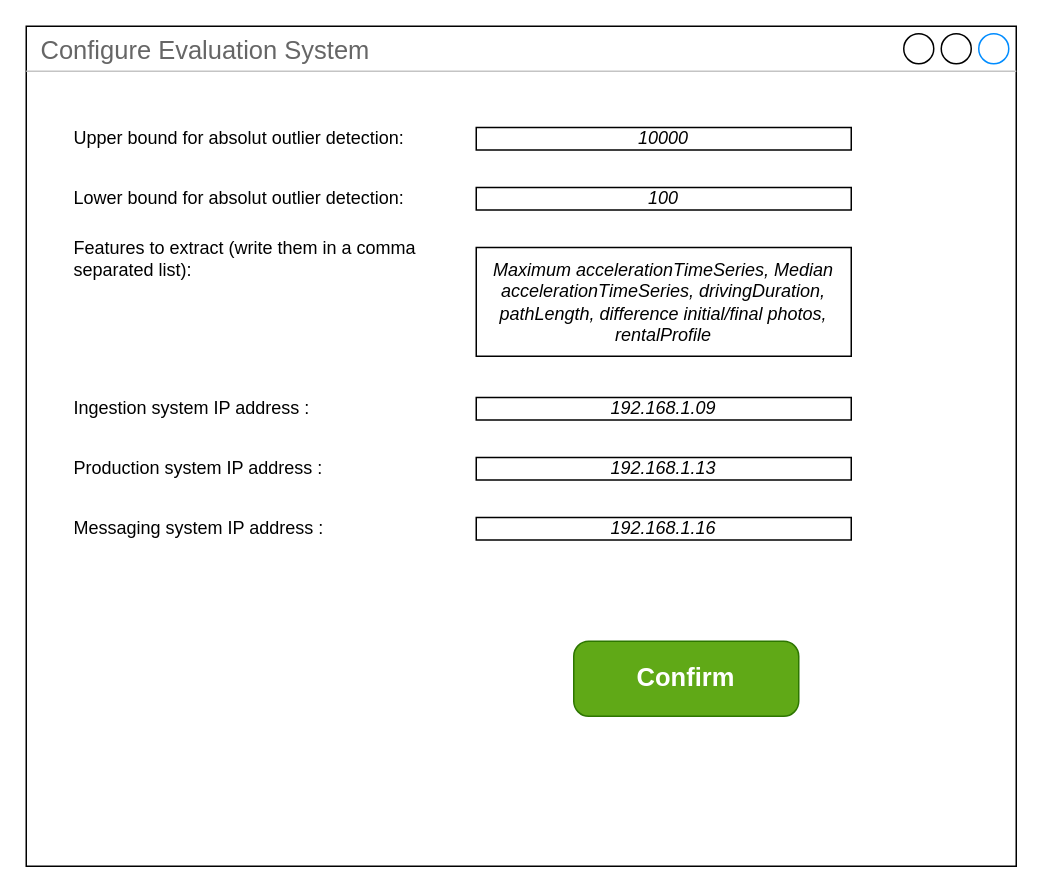
Before: configure/evaluation system (JACO)/evaluation_system.drawio in BaffoBello14/AutomaticDamagesRecognition, a draw.io diagram. Source tidied: cells renumbered, new cells numbered last; positions are measured from the earlier drawing's top-left corner, leaving out a move shared by most shapes. Both pictures are drawn from the tidied source at 150%, with x=0, y=0 at pixel (26, 26).
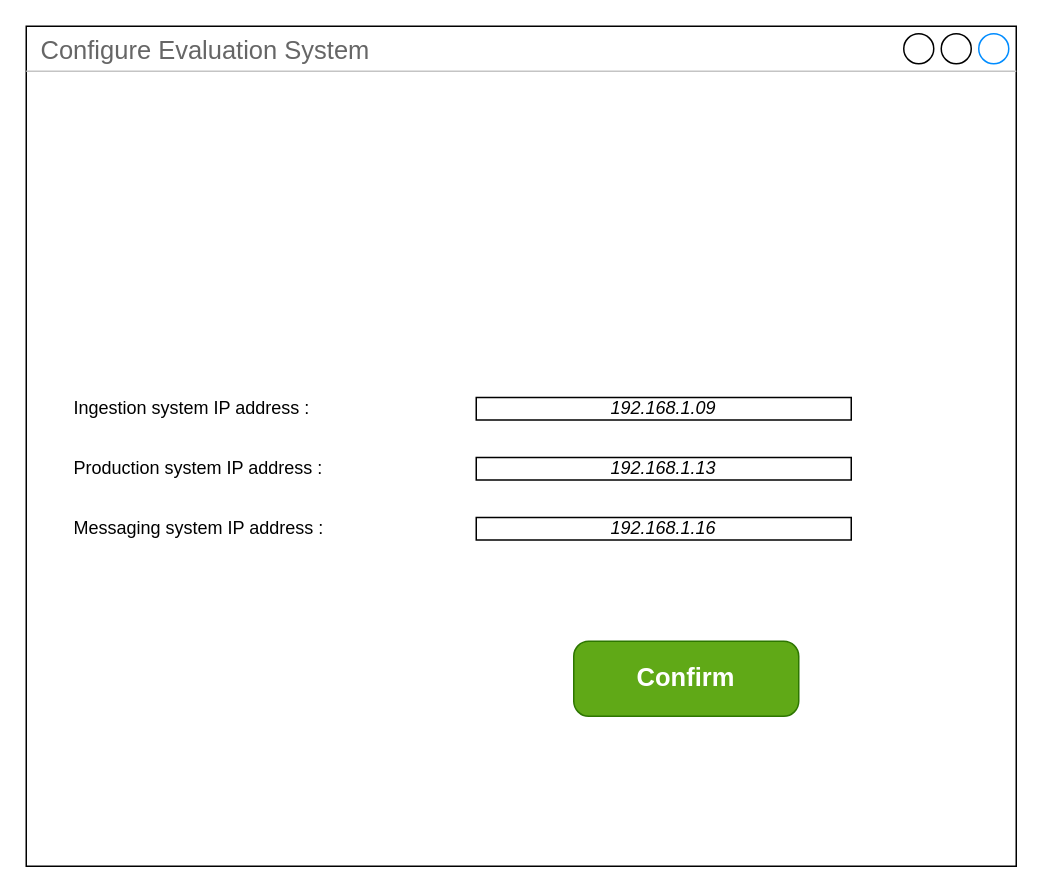
The same diagram, later.

Commit message:
evaluation sys config

Change to the diagram source:
```diff
@@
 <mxGraphModel>
   <root>
     <mxCell id="0" />
     <mxCell id="1" parent="0" />
     <mxCell id="2" value="Configure Evaluation System" style="strokeWidth=1;shadow=0;dashed=0;align=center;html=1;shape=mxgraph.mockup.containers.window;align=left;verticalAlign=top;spacingLeft=8;strokeColor2=#008cff;strokeColor3=#c4c4c4;fontColor=#666666;mainText=;fontSize=17;labelBackgroundColor=none;whiteSpace=wrap;" parent="1" vertex="1">
       <mxGeometry width="660" height="560" as="geometry" />
     </mxCell>
     <mxCell id="3" value="Confirm" style="strokeWidth=1;shadow=0;dashed=0;align=center;html=1;shape=mxgraph.mockup.buttons.button;strokeColor=#2D7600;fontColor=#ffffff;mainText=;buttonStyle=round;fontSize=17;fontStyle=1;fillColor=#60a917;whiteSpace=wrap;" parent="1" vertex="1">
       <mxGeometry x="365" y="410" width="150" height="50" as="geometry" />
     </mxCell>
-    <mxCell id="4" value="Upper bound for absolut outlier detection:" style="text;html=1;strokeColor=none;fillColor=none;align=left;verticalAlign=middle;whiteSpace=wrap;rounded=0;" parent="1" vertex="1">
-      <mxGeometry x="30" y="60" width="240" height="30" as="geometry" />
-    </mxCell>
-    <mxCell id="5" value="&lt;i&gt;&lt;font&gt;10000&lt;/font&gt;&lt;/i&gt;" style="rounded=0;whiteSpace=wrap;html=1;fontColor=#000000;" parent="1" vertex="1">
-      <mxGeometry x="300" y="67.5" width="250" height="15" as="geometry" />
-    </mxCell>
-    <mxCell id="6" value="Lower bound for absolut outlier detection:" style="text;html=1;strokeColor=none;fillColor=none;align=left;verticalAlign=middle;whiteSpace=wrap;rounded=0;" parent="1" vertex="1">
-      <mxGeometry x="30" y="100" width="230" height="30" as="geometry" />
-    </mxCell>
-    <mxCell id="7" value="&lt;i&gt;&lt;font&gt;100&lt;/font&gt;&lt;/i&gt;" style="rounded=0;whiteSpace=wrap;html=1;fontColor=#000000;" parent="1" vertex="1">
-      <mxGeometry x="300" y="107.5" width="250" height="15" as="geometry" />
-    </mxCell>
-    <mxCell id="8" value="Features to extract (write them in a comma separated list):" style="text;html=1;strokeColor=none;fillColor=none;align=left;verticalAlign=middle;whiteSpace=wrap;rounded=0;" parent="1" vertex="1">
-      <mxGeometry x="30" y="140" width="240" height="30" as="geometry" />
-    </mxCell>
-    <mxCell id="9" value="&lt;i&gt;Maximum accelerationTimeSeries, Median accelerationTimeSeries, drivingDuration, pathLength, difference initial/final photos, rentalProfile&lt;/i&gt;" style="rounded=0;whiteSpace=wrap;html=1;fontColor=#000000;" parent="1" vertex="1">
-      <mxGeometry x="300" y="147.5" width="250" height="72.5" as="geometry" />
-    </mxCell>
     <mxCell id="10" value="Ingestion system IP address :" style="text;html=1;strokeColor=none;fillColor=none;align=left;verticalAlign=middle;whiteSpace=wrap;rounded=0;" parent="1" vertex="1">
       <mxGeometry x="30" y="240" width="210" height="30" as="geometry" />
     </mxCell>
     <mxCell id="11" value="&lt;i style=&quot;border-color: var(--border-color);&quot;&gt;&lt;font style=&quot;border-color: var(--border-color);&quot;&gt;192.168.1.09&lt;/font&gt;&lt;/i&gt;" style="rounded=0;whiteSpace=wrap;html=1;fontColor=#000000;" parent="1" vertex="1">
       <mxGeometry x="300" y="247.5" width="250" height="15" as="geometry" />
     </mxCell>
     <mxCell id="12" value="Production system IP address :" style="text;html=1;strokeColor=none;fillColor=none;align=left;verticalAlign=middle;whiteSpace=wrap;rounded=0;" parent="1" vertex="1">
       <mxGeometry x="30" y="280" width="210" height="30" as="geometry" />
     </mxCell>
     <mxCell id="13" value="&lt;i style=&quot;border-color: var(--border-color);&quot;&gt;&lt;font style=&quot;border-color: var(--border-color);&quot;&gt;192.168.1.13&lt;/font&gt;&lt;/i&gt;" style="rounded=0;whiteSpace=wrap;html=1;fontColor=#000000;" parent="1" vertex="1">
       <mxGeometry x="300" y="287.5" width="250" height="15" as="geometry" />
     </mxCell>
     <mxCell id="14" value="Messaging system IP address :" style="text;html=1;strokeColor=none;fillColor=none;align=left;verticalAlign=middle;whiteSpace=wrap;rounded=0;" parent="1" vertex="1">
       <mxGeometry x="30" y="320" width="210" height="30" as="geometry" />
     </mxCell>
     <mxCell id="15" value="&lt;i style=&quot;border-color: var(--border-color);&quot;&gt;&lt;font style=&quot;border-color: var(--border-color);&quot;&gt;192.168.1.16&lt;/font&gt;&lt;/i&gt;" style="rounded=0;whiteSpace=wrap;html=1;fontColor=#000000;" parent="1" vertex="1">
       <mxGeometry x="300" y="327.5" width="250" height="15" as="geometry" />
     </mxCell>
   </root>
 </mxGraphModel>
```
